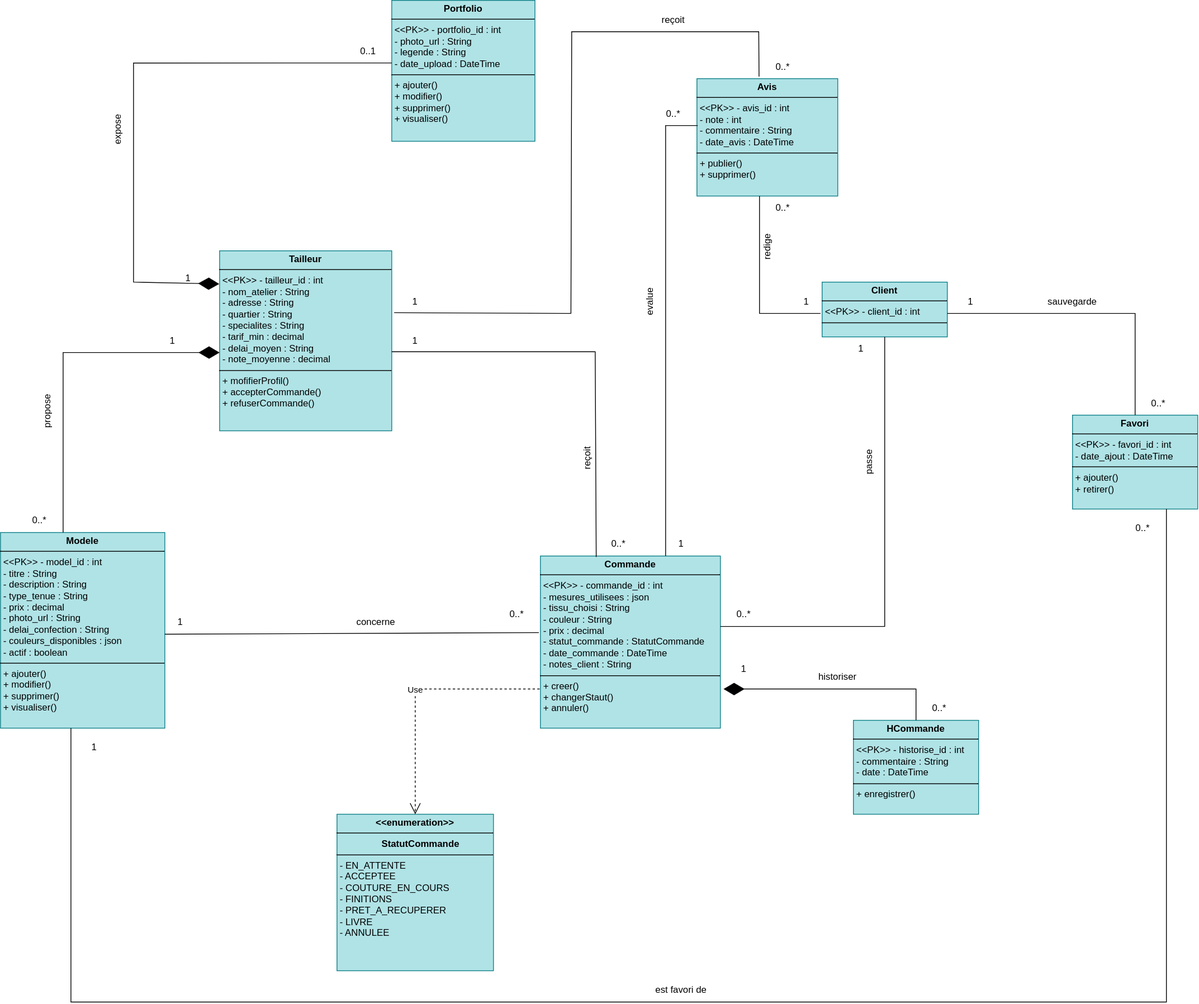
Above: sprint2.svg in Kim-SypherX/Soutenance (draw.io), before the change. Source tidied: cells renumbered, new cells last; positions are measured from the earlier drawing's top-left corner, leaving out a move shared by most shapes.
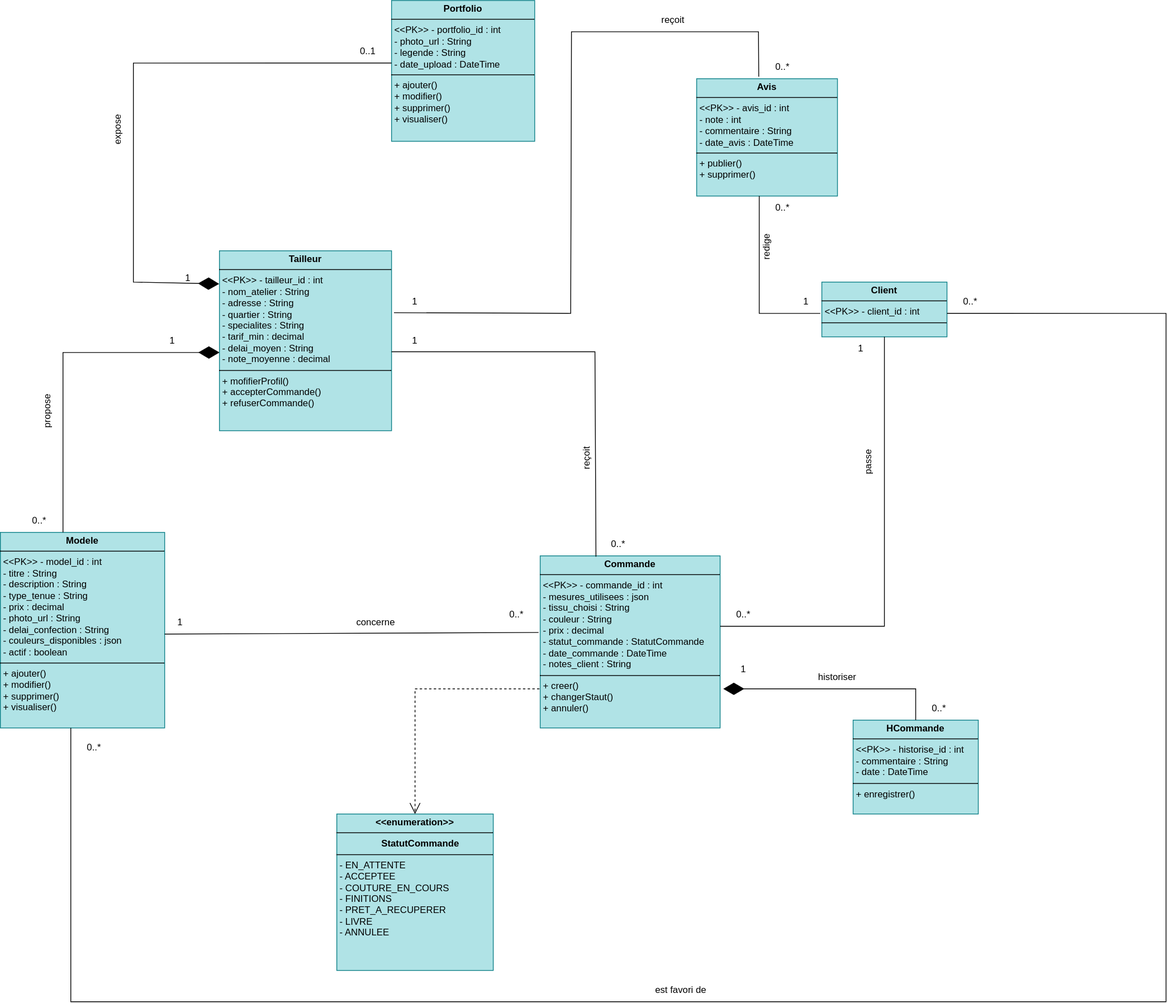
Later version of the same file.

What changed in the source:
```diff
@@ -17,9 +17,6 @@
     <mxCell id="6" value="&lt;p style=&quot;margin:0px;margin-top:4px;text-align:center;&quot;&gt;&lt;b&gt;Avis&lt;/b&gt;&lt;/p&gt;&lt;hr size=&quot;1&quot; style=&quot;border-style:solid;&quot;&gt;&lt;p style=&quot;margin:0px;margin-left:4px;&quot;&gt;&amp;lt;&amp;lt;PK&amp;gt;&amp;gt; - avis_id : int&lt;/p&gt;&lt;p style=&quot;margin:0px;margin-left:4px;&quot;&gt;- note : int&lt;/p&gt;&lt;p style=&quot;margin:0px;margin-left:4px;&quot;&gt;- commentaire : String&lt;/p&gt;&lt;p style=&quot;margin:0px;margin-left:4px;&quot;&gt;- date_avis : DateTime&lt;/p&gt;&lt;hr size=&quot;1&quot; style=&quot;border-style:solid;&quot;&gt;&lt;p style=&quot;margin:0px;margin-left:4px;&quot;&gt;+ publier()&lt;/p&gt;&lt;p style=&quot;margin:0px;margin-left:4px;&quot;&gt;+ supprimer()&lt;/p&gt;&lt;p style=&quot;margin:0px;margin-left:4px;&quot;&gt;&lt;br&gt;&lt;/p&gt;" style="verticalAlign=top;align=left;overflow=fill;html=1;whiteSpace=wrap;fillColor=#b0e3e6;strokeColor=#0e8088;" parent="1" vertex="1">
       <mxGeometry x="890" y="100" width="180" height="150" as="geometry" />
     </mxCell>
-    <mxCell id="7" value="&lt;p style=&quot;margin:0px;margin-top:4px;text-align:center;&quot;&gt;&lt;b&gt;Favori&lt;/b&gt;&lt;/p&gt;&lt;hr size=&quot;1&quot; style=&quot;border-style:solid;&quot;&gt;&lt;p style=&quot;margin:0px;margin-left:4px;&quot;&gt;&amp;lt;&amp;lt;PK&amp;gt;&amp;gt; - favori_id : int&lt;/p&gt;&lt;p style=&quot;margin:0px;margin-left:4px;&quot;&gt;- date_ajout : DateTime&lt;/p&gt;&lt;hr size=&quot;1&quot; style=&quot;border-style:solid;&quot;&gt;&lt;p style=&quot;margin:0px;margin-left:4px;&quot;&gt;+ ajouter()&lt;/p&gt;&lt;p style=&quot;margin:0px;margin-left:4px;&quot;&gt;+ retirer()&lt;/p&gt;&lt;p style=&quot;margin:0px;margin-left:4px;&quot;&gt;&lt;br&gt;&lt;/p&gt;" style="verticalAlign=top;align=left;overflow=fill;html=1;whiteSpace=wrap;fillColor=#b0e3e6;strokeColor=#0e8088;" parent="1" vertex="1">
-      <mxGeometry x="1370" y="530" width="160" height="120" as="geometry" />
-    </mxCell>
     <mxCell id="8" value="&lt;p style=&quot;margin:0px;margin-top:4px;text-align:center;&quot;&gt;&lt;b&gt;&amp;lt;&amp;lt;enumeration&amp;gt;&amp;gt;&lt;/b&gt;&lt;/p&gt;&lt;hr size=&quot;1&quot; style=&quot;border-style:solid;&quot;&gt;&lt;p style=&quot;margin:0px;margin-left:4px;&quot;&gt;&amp;nbsp; &amp;nbsp; &amp;nbsp; &amp;nbsp; &amp;nbsp; &amp;nbsp; &amp;nbsp; &amp;nbsp; &lt;b&gt;StatutCommande&lt;/b&gt;&lt;/p&gt;&lt;hr size=&quot;1&quot; style=&quot;border-style:solid;&quot;&gt;&lt;p style=&quot;margin:0px;margin-left:4px;&quot;&gt;- EN_ATTENTE&lt;/p&gt;&lt;p style=&quot;margin:0px;margin-left:4px;&quot;&gt;- ACCEPTEE&lt;/p&gt;&lt;p style=&quot;margin:0px;margin-left:4px;&quot;&gt;- COUTURE_EN_COURS&lt;/p&gt;&lt;p style=&quot;margin:0px;margin-left:4px;&quot;&gt;- FINITIONS&lt;/p&gt;&lt;p style=&quot;margin:0px;margin-left:4px;&quot;&gt;- PRET_A_RECUPERER&lt;/p&gt;&lt;p style=&quot;margin:0px;margin-left:4px;&quot;&gt;- LIVRE&lt;/p&gt;&lt;p style=&quot;margin:0px;margin-left:4px;&quot;&gt;- ANNULEE&lt;/p&gt;&lt;p style=&quot;margin:0px;margin-left:4px;&quot;&gt;&lt;br&gt;&lt;/p&gt;" style="verticalAlign=top;align=left;overflow=fill;html=1;whiteSpace=wrap;fillColor=#b0e3e6;strokeColor=#0e8088;" parent="1" vertex="1">
       <mxGeometry x="430" y="1040" width="200" height="200" as="geometry" />
     </mxCell>
@@ -92,14 +89,6 @@
     <mxCell id="25" value="0..*" style="text;html=1;whiteSpace=wrap;strokeColor=none;fillColor=none;align=center;verticalAlign=middle;rounded=0;" parent="1" vertex="1">
       <mxGeometry x="630" y="770" width="60" height="30" as="geometry" />
     </mxCell>
-    <mxCell id="26" style="endArrow=none;html=1;rounded=0;exitX=1;exitY=0.571;exitDx=0;exitDy=0;exitPerimeter=0;" parent="1" edge="1" source="10">
-      <mxGeometry relative="1" as="geometry">
-        <mxPoint x="1450" y="530" as="targetPoint" />
-        <Array as="points">
-          <mxPoint x="1450" y="400" />
-        </Array>
-      </mxGeometry>
-    </mxCell>
     <mxCell id="27" style="endArrow=none;html=1;rounded=0;" parent="1" edge="1">
       <mxGeometry relative="1" as="geometry">
         <mxPoint x="970" y="250" as="sourcePoint" />
@@ -117,13 +106,13 @@
         </Array>
       </mxGeometry>
     </mxCell>
-    <mxCell id="29" style="endArrow=none;html=1;rounded=0;entryX=0.5;entryY=1;entryDx=0;entryDy=0;" parent="1" edge="1">
+    <mxCell id="29" style="endArrow=none;html=1;rounded=0;entryX=1;entryY=0.571;entryDx=0;entryDy=0;entryPerimeter=0;" parent="1" edge="1" target="10">
       <mxGeometry relative="1" as="geometry">
         <mxPoint x="90" y="930" as="sourcePoint" />
-        <mxPoint x="1490" y="650" as="targetPoint" />
         <Array as="points">
           <mxPoint x="90" y="1280" />
           <mxPoint x="1490" y="1280" />
+          <mxPoint x="1490" y="400" />
         </Array>
       </mxGeometry>
     </mxCell>
@@ -135,7 +124,7 @@
         </Array>
       </mxGeometry>
     </mxCell>
-    <mxCell id="31" value="Use" style="endArrow=open;endSize=12;dashed=1;html=1;rounded=0;entryX=0.5;entryY=0;entryDx=0;entryDy=0;" parent="1" edge="1" target="8">
+    <mxCell id="31" style="endArrow=open;endSize=12;dashed=1;html=1;rounded=0;entryX=0.5;entryY=0;entryDx=0;entryDy=0;" parent="1" edge="1" target="8">
       <mxGeometry relative="1" as="geometry">
         <mxPoint x="689" y="880" as="sourcePoint" />
         <Array as="points">
@@ -158,32 +147,11 @@
     <mxCell id="36" value="concerne" style="text;html=1;whiteSpace=wrap;strokeColor=none;fillColor=none;align=center;verticalAlign=middle;rounded=0;rotation=0;" parent="1" vertex="1">
       <mxGeometry x="450" y="780" width="60" height="30" as="geometry" />
     </mxCell>
-    <mxCell id="37" style="endArrow=none;html=1;rounded=0;" parent="1" edge="1">
-      <mxGeometry relative="1" as="geometry">
-        <mxPoint x="850" y="710" as="sourcePoint" />
-        <mxPoint x="891" y="160" as="targetPoint" />
-        <Array as="points">
-          <mxPoint x="850" y="160" />
-        </Array>
-      </mxGeometry>
-    </mxCell>
-    <mxCell id="38" value="1" style="text;html=1;whiteSpace=wrap;strokeColor=none;fillColor=none;align=center;verticalAlign=middle;rounded=0;" parent="1" vertex="1">
-      <mxGeometry x="840" y="680" width="60" height="30" as="geometry" />
-    </mxCell>
-    <mxCell id="39" value="0..*" style="text;html=1;whiteSpace=wrap;strokeColor=none;fillColor=none;align=center;verticalAlign=middle;rounded=0;" parent="1" vertex="1">
-      <mxGeometry x="830" y="130" width="60" height="30" as="geometry" />
-    </mxCell>
     <mxCell id="40" value="0..*" style="text;html=1;whiteSpace=wrap;strokeColor=none;fillColor=none;align=center;verticalAlign=middle;rounded=0;" parent="1" vertex="1">
-      <mxGeometry x="1430" y="660" width="60" height="30" as="geometry" />
+      <mxGeometry x="90" y="940" width="60" height="30" as="geometry" />
     </mxCell>
-    <mxCell id="41" value="1" style="text;html=1;whiteSpace=wrap;strokeColor=none;fillColor=none;align=center;verticalAlign=middle;rounded=0;" parent="1" vertex="1">
-      <mxGeometry x="90" y="940" width="60" height="30" as="geometry" />
-    </mxCell>
-    <mxCell id="42" value="1" style="text;html=1;whiteSpace=wrap;strokeColor=none;fillColor=none;align=center;verticalAlign=middle;rounded=0;" parent="1" vertex="1">
-      <mxGeometry x="1210" y="370" width="60" height="30" as="geometry" />
-    </mxCell>
     <mxCell id="43" value="0..*" style="text;html=1;whiteSpace=wrap;strokeColor=none;fillColor=none;align=center;verticalAlign=middle;rounded=0;" parent="1" vertex="1">
-      <mxGeometry x="1450" y="500" width="60" height="30" as="geometry" />
+      <mxGeometry x="1210" y="370" width="60" height="30" as="geometry" />
     </mxCell>
     <mxCell id="44" style="endArrow=none;html=1;rounded=0;exitX=1.014;exitY=0.344;exitDx=0;exitDy=0;exitPerimeter=0;entryX=0.441;entryY=-0.017;entryDx=0;entryDy=0;entryPerimeter=0;" parent="1" edge="1" source="3" target="6">
       <mxGeometry relative="1" as="geometry">
@@ -197,9 +165,6 @@
     <mxCell id="45" value="passe" style="text;html=1;whiteSpace=wrap;strokeColor=none;fillColor=none;align=center;verticalAlign=middle;rounded=0;rotation=-90;" parent="1" vertex="1">
       <mxGeometry x="1080" y="575" width="60" height="30" as="geometry" />
     </mxCell>
-    <mxCell id="46" value="sauvegarde" style="text;html=1;whiteSpace=wrap;strokeColor=none;fillColor=none;align=center;verticalAlign=middle;rounded=0;rotation=0;" parent="1" vertex="1">
-      <mxGeometry x="1340" y="370" width="60" height="30" as="geometry" />
-    </mxCell>
     <mxCell id="47" value="1" style="text;html=1;whiteSpace=wrap;strokeColor=none;fillColor=none;align=center;verticalAlign=middle;rounded=0;" parent="1" vertex="1">
       <mxGeometry x="500" y="370" width="60" height="30" as="geometry" />
     </mxCell>
@@ -218,9 +183,6 @@
     <mxCell id="52" value="reçoit" style="text;html=1;whiteSpace=wrap;strokeColor=none;fillColor=none;align=center;verticalAlign=middle;rounded=0;rotation=0;" parent="1" vertex="1">
       <mxGeometry x="830" y="10" width="60" height="30" as="geometry" />
     </mxCell>
-    <mxCell id="53" value="evalue" style="text;html=1;whiteSpace=wrap;strokeColor=none;fillColor=none;align=center;verticalAlign=middle;rounded=0;rotation=-90;" parent="1" vertex="1">
-      <mxGeometry x="800" y="370" width="60" height="30" as="geometry" />
-    </mxCell>
     <mxCell id="54" value="est favori de" style="text;html=1;whiteSpace=wrap;strokeColor=none;fillColor=none;align=center;verticalAlign=middle;rounded=0;rotation=0;" parent="1" vertex="1">
       <mxGeometry x="830" y="1250" width="80" height="30" as="geometry" />
     </mxCell>
```
